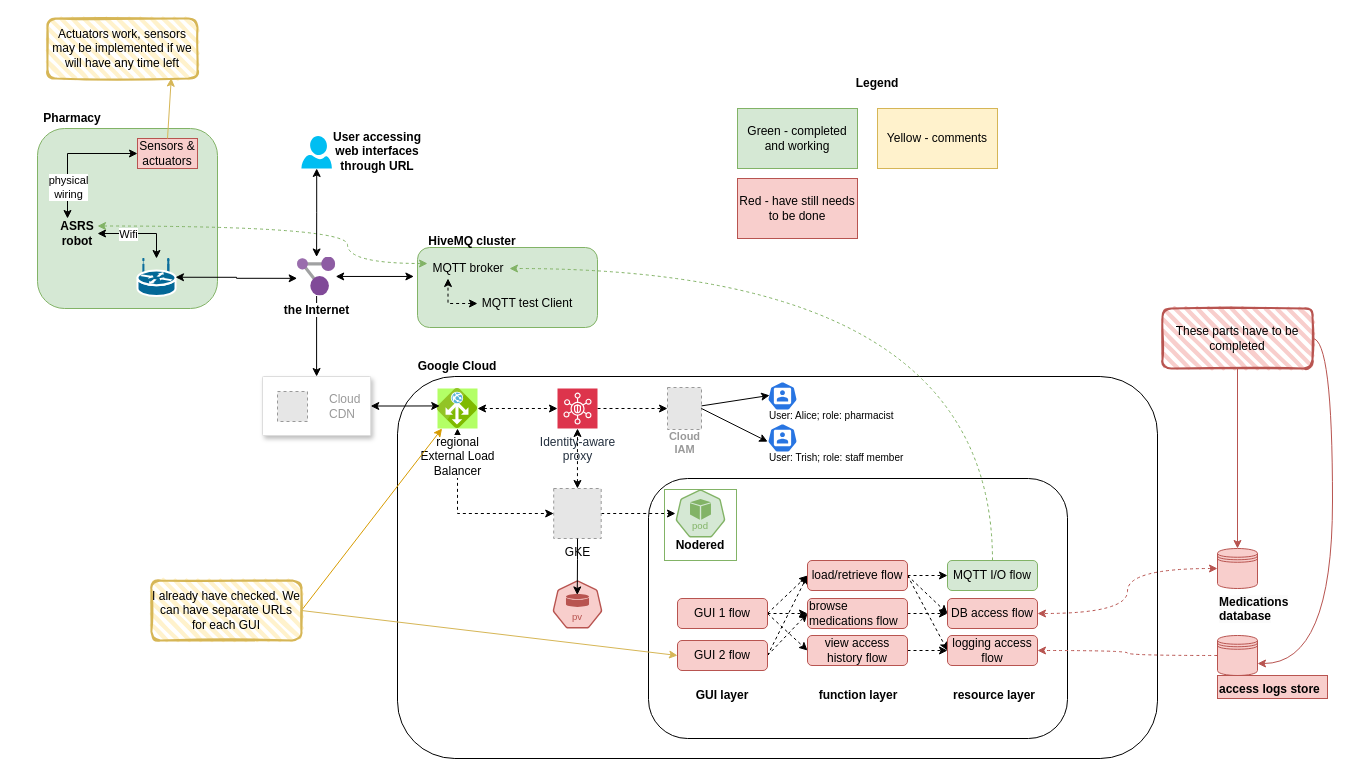
Above: planning/CC-ASRS-architecture.drawio in Artyom-kurguzkin/CC-ASRS (draw.io), before the change. Source tidied: cells renumbered, new cells numbered last; positions are measured from the earlier drawing's top-left corner, leaving out a move shared by most shapes. Both pictures are drawn from the tidied source at 100%, with x=0, y=0 at pixel (17, 18). Pictures stored in the file or linked from it are replaced by grey dashed boxes.
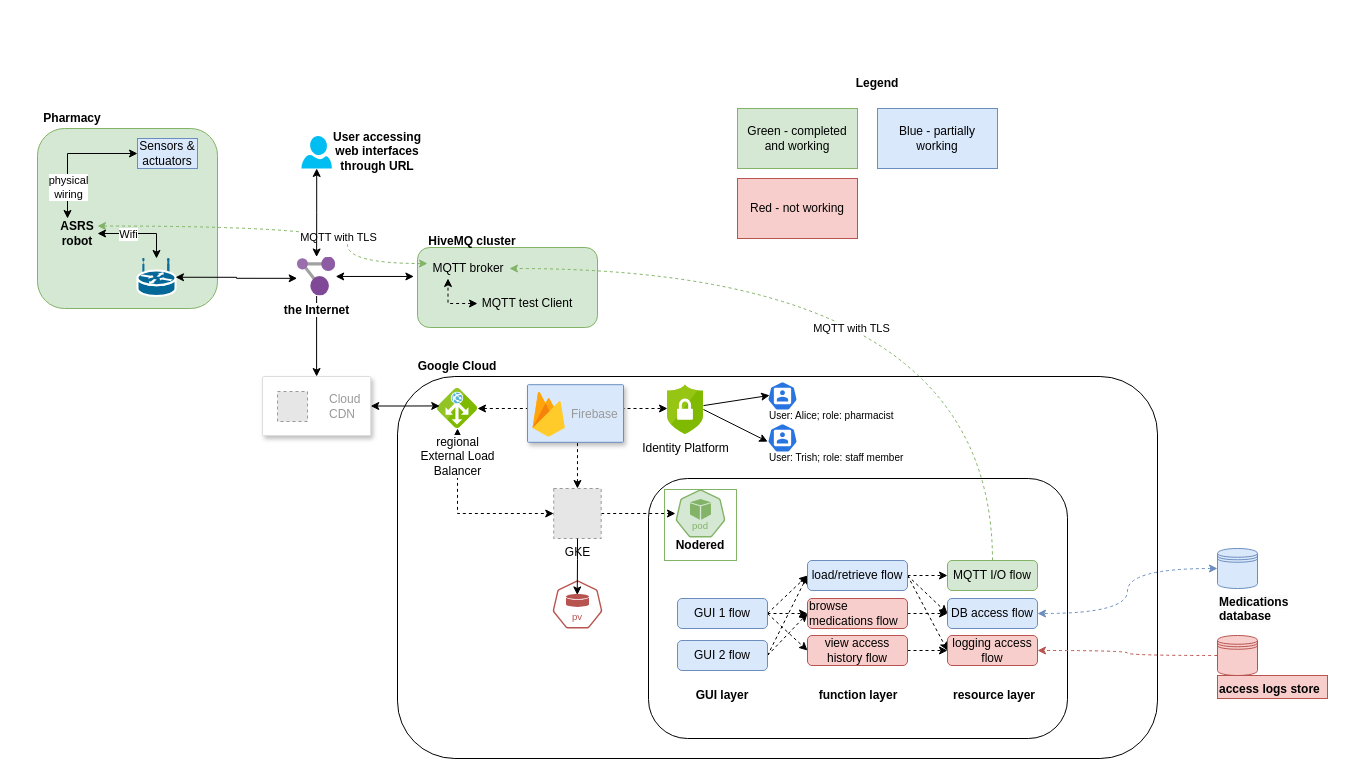
After the change.

Unchanged cells that the change refers to:
```xml
<mxCell id="10" style="edgeStyle=orthogonalEdgeStyle;rounded=0;jettySize=auto;html=1;entryX=0;entryY=0.25;entryDx=0;entryDy=0;curved=1;exitX=1;exitY=0.25;exitDx=0;exitDy=0;strokeColor=#82b366;dashed=1;startArrow=classic;startFill=1;fillColor=#d5e8d4;" parent="1" edge="1" source="11" target="19">
  <mxGeometry relative="1" as="geometry">
    <Array as="points">
      <mxPoint x="330" y="208" />
      <mxPoint x="330" y="245" />
    </Array>
  </mxGeometry>
</mxCell>
<mxCell id="34" value="GKE" style="fillColor=#E6E6E6;strokeColor=#999999;dashed=1;html=1;verticalLabelPosition=bottom;labelBackgroundColor=#ffffff;verticalAlign=top;" parent="1" vertex="1">
  <mxGeometry x="536.2" y="470" width="47.5" height="50" as="geometry" />
</mxCell>
<mxCell id="39" style="edgeStyle=orthogonalEdgeStyle;rounded=0;jettySize=auto;html=1;exitX=0.5;exitY=0;exitDx=0;exitDy=0;entryX=1;entryY=0.5;entryDx=0;entryDy=0;curved=1;strokeColor=#82b366;dashed=1;fillColor=#d5e8d4;" parent="1" edge="1" source="40" target="19">
  <mxGeometry relative="1" as="geometry" />
</mxCell>
<mxCell id="64" style="shape=datastore;whiteSpace=wrap;html=1;fillColor=#f8cecc;strokeColor=#b85450;" parent="1" vertex="1">
  <mxGeometry x="1200" y="617" width="40" height="40" as="geometry" />
</mxCell>
<mxCell id="68" style="sketch=0;html=1;dashed=0;whitespace=wrap;fillColor=#2875E2;strokeColor=#ffffff;points=[[0.005,0.63,0],[0.1,0.2,0],[0.9,0.2,0],[0.5,0,0],[0.995,0.63,0],[0.72,0.99,0],[0.5,1,0],[0.28,0.99,0]];shape=mxgraph.kubernetes.icon2;prIcon=user;" parent="1" vertex="1">
  <mxGeometry x="750" y="363" width="30" height="28.8" as="geometry" />
</mxCell>
<mxCell id="70" style="sketch=0;html=1;dashed=0;whitespace=wrap;fillColor=#2875E2;strokeColor=#ffffff;points=[[0.005,0.63,0],[0.1,0.2,0],[0.9,0.2,0],[0.5,0,0],[0.995,0.63,0],[0.72,0.99,0],[0.5,1,0],[0.28,0.99,0]];shape=mxgraph.kubernetes.icon2;prIcon=user;" parent="1" vertex="1">
  <mxGeometry x="750" y="405" width="30" height="28.8" as="geometry" />
</mxCell>
```

The edit, as a diff of the source:
```diff
@@
+    <mxCell id="91" value="MQTT with TLS" style="edgeLabel;html=1;align=center;verticalAlign=middle;" parent="10" vertex="1">
+      <mxGeometry x="0.42" y="-10" relative="1" as="geometry" />
+    </mxCell>
@@
-    <mxCell id="12" value="Sensors &amp;amp; actuators" style="text;html=1;strokeColor=#b85450;fillColor=#f8cecc;align=center;verticalAlign=middle;whiteSpace=wrap;rounded=0;" parent="1" vertex="1">
+    <mxCell id="12" value="Sensors &amp;amp; actuators" style="text;html=1;strokeColor=#6c8ebf;fillColor=#dae8fc;align=center;verticalAlign=middle;whiteSpace=wrap;rounded=0;" parent="1" vertex="1">
       <mxGeometry x="120" y="120" width="60" height="30" as="geometry" />
     </mxCell>
@@
-    <mxCell id="23" style="edgeStyle=orthogonalEdgeStyle;rounded=0;jettySize=auto;html=1;startArrow=classic;startFill=1;dashed=1;" parent="1" edge="1" source="25" target="30">
-      <mxGeometry relative="1" as="geometry" />
+    <mxCell id="23" style="edgeStyle=orthogonalEdgeStyle;rounded=0;jettySize=auto;html=1;startArrow=classic;startFill=1;dashed=1;" parent="1" edge="1" source="25">
+      <mxGeometry relative="1" as="geometry">
+        <mxPoint x="540" y="390" as="targetPoint" />
+      </mxGeometry>
     </mxCell>
@@
-    <mxCell id="25" value="regional &lt;br&gt;External Load &lt;br&gt;Balancer" style="image;sketch=0;html=1;points=[];align=center;fontSize=12;image=img/lib/mscae/Application_Gateway.svg;imageBackground=#B3FF66;" parent="1" vertex="1">
+    <mxCell id="25" value="regional &lt;br&gt;External Load &lt;br&gt;Balancer" style="image;sketch=0;html=1;points=[];align=center;fontSize=12;image=img/lib/mscae/Application_Gateway.svg;imageBackground=default;" parent="1" vertex="1">
       <mxGeometry x="420" y="370" width="40" height="40" as="geometry" />
     </mxCell>
@@
-    <mxCell id="29" style="edgeStyle=orthogonalEdgeStyle;rounded=0;jettySize=auto;html=1;exitX=1;exitY=0.5;exitDx=0;exitDy=0;exitPerimeter=0;entryX=0;entryY=0.5;entryDx=0;entryDy=0;dashed=1;" parent="1" edge="1" source="30" target="32">
-      <mxGeometry relative="1" as="geometry" />
+    <mxCell id="29" style="edgeStyle=orthogonalEdgeStyle;rounded=0;orthogonalLoop=1;jettySize=auto;html=1;exitX=1;exitY=0.5;exitDx=0;exitDy=0;exitPerimeter=0;entryX=0;entryY=0.5;entryDx=0;entryDy=0;dashed=1;" parent="1" edge="1">
+      <mxGeometry relative="1" as="geometry">
+        <mxPoint x="580" y="390" as="sourcePoint" />
+        <mxPoint x="650" y="390" as="targetPoint" />
+      </mxGeometry>
     </mxCell>
-    <mxCell id="30" value="Identity-aware &lt;br&gt;proxy" style="sketch=0;points=[[0,0,0],[0.25,0,0],[0.5,0,0],[0.75,0,0],[1,0,0],[0,1,0],[0.25,1,0],[0.5,1,0],[0.75,1,0],[1,1,0],[0,0.25,0],[0,0.5,0],[0,0.75,0],[1,0.25,0],[1,0.5,0],[1,0.75,0]];outlineConnect=0;fontColor=#232F3E;fillColor=#DD344C;strokeColor=#ffffff;dashed=0;verticalLabelPosition=bottom;verticalAlign=top;align=center;html=1;fontSize=12;fontStyle=0;shape=mxgraph.aws4.resourceIcon;resIcon=mxgraph.aws4.security_hub;" parent="1" vertex="1">
-      <mxGeometry x="540" y="370" width="40" height="40" as="geometry" />
-    </mxCell>
@@
-    <mxCell id="32" value="Cloud&#10;IAM" style="fillColor=#E6E6E6;strokeColor=#999999;dashed=1;html=1;verticalAlign=top;labelPosition=center;verticalLabelPosition=bottom;align=center;spacingTop=-6;fontSize=11;fontStyle=1;fontColor=#999999;" parent="1" vertex="1">
-      <mxGeometry x="650" y="369" width="34" height="42" as="geometry" />
-    </mxCell>
@@
-    <mxCell id="35" style="edgeStyle=orthogonalEdgeStyle;rounded=0;jettySize=auto;html=1;exitX=0.5;exitY=0;exitDx=0;exitDy=0;entryX=0.5;entryY=1;entryDx=0;entryDy=0;entryPerimeter=0;startArrow=classic;startFill=1;dashed=1;" parent="1" edge="1" source="34" target="30">
-      <mxGeometry relative="1" as="geometry" />
+    <mxCell id="35" style="edgeStyle=orthogonalEdgeStyle;rounded=0;jettySize=auto;html=1;exitX=0.5;exitY=0;exitDx=0;exitDy=0;entryX=0.5;entryY=1;entryDx=0;entryDy=0;entryPerimeter=0;startArrow=classic;startFill=1;dashed=1;" parent="1" edge="1" source="34">
+      <mxGeometry relative="1" as="geometry">
+        <mxPoint x="560" y="410" as="targetPoint" />
+      </mxGeometry>
     </mxCell>
@@
+    <mxCell id="92" value="MQTT with TLS" style="edgeLabel;html=1;align=center;verticalAlign=middle;" parent="39" vertex="1">
+      <mxGeometry x="0.12" y="59" relative="1" as="geometry" />
+    </mxCell>
@@
-    <mxCell id="44" value="GUI 1 flow" style="rounded=1;whiteSpace=wrap;html=1;fillColor=#f8cecc;strokeColor=#b85450;" parent="1" vertex="1">
+    <mxCell id="44" value="GUI 1 flow" style="rounded=1;whiteSpace=wrap;html=1;fillColor=#dae8fc;strokeColor=#6c8ebf;" parent="1" vertex="1">
       <mxGeometry x="660" y="580" width="90" height="30" as="geometry" />
     </mxCell>
@@
-    <mxCell id="47" value="GUI 2 flow" style="rounded=1;whiteSpace=wrap;html=1;fillColor=#f8cecc;strokeColor=#b85450;" parent="1" vertex="1">
+    <mxCell id="47" value="GUI 2 flow" style="rounded=1;whiteSpace=wrap;html=1;fillColor=#dae8fc;strokeColor=#6c8ebf;" parent="1" vertex="1">
       <mxGeometry x="660" y="622" width="90" height="30" as="geometry" />
     </mxCell>
-    <mxCell id="48" style="sketch=0;html=1;dashed=0;whitespace=wrap;fillColor=#f8cecc;strokeColor=#b85450;points=[[0.005,0.63,0],[0.1,0.2,0],[0.9,0.2,0],[0.5,0,0],[0.995,0.63,0],[0.72,0.99,0],[0.5,1,0],[0.28,0.99,0]];shape=mxgraph.kubernetes.icon2;kubernetesLabel=1;prIcon=pv;" parent="1" vertex="1">
+    <mxCell id="48" style="sketch=0;html=1;dashed=0;whitespace=wrap;fillColor=none;strokeColor=#b85450;points=[[0.005,0.63,0],[0.1,0.2,0],[0.9,0.2,0],[0.5,0,0],[0.995,0.63,0],[0.72,0.99,0],[0.5,1,0],[0.28,0.99,0]];shape=mxgraph.kubernetes.icon2;kubernetesLabel=1;prIcon=pv;" parent="1" vertex="1">
       <mxGeometry x="535" y="562" width="50" height="48" as="geometry" />
     </mxCell>
@@
-    <mxCell id="55" value="load/retrieve flow" style="rounded=1;whiteSpace=wrap;html=1;fillColor=#f8cecc;strokeColor=#b85450;" parent="1" vertex="1">
+    <mxCell id="55" value="load/retrieve flow" style="rounded=1;whiteSpace=wrap;html=1;fillColor=#dae8fc;strokeColor=#6c8ebf;" parent="1" vertex="1">
       <mxGeometry x="790" y="542" width="100" height="30" as="geometry" />
     </mxCell>
@@
-    <mxCell id="58" value="DB access flow" style="rounded=1;whiteSpace=wrap;html=1;fillColor=#f8cecc;strokeColor=#b85450;" parent="1" vertex="1">
+    <mxCell id="58" value="DB access flow" style="rounded=1;whiteSpace=wrap;html=1;fillColor=#dae8fc;strokeColor=#6c8ebf;" parent="1" vertex="1">
       <mxGeometry x="930" y="580" width="90" height="30" as="geometry" />
     </mxCell>
@@
-    <mxCell id="60" style="edgeStyle=orthogonalEdgeStyle;rounded=0;jettySize=auto;html=1;exitX=0;exitY=0.5;exitDx=0;exitDy=0;entryX=1;entryY=0.5;entryDx=0;entryDy=0;curved=1;startArrow=classic;startFill=1;dashed=1;fillColor=#f8cecc;strokeColor=#b85450;" parent="1" edge="1" source="61" target="58">
+    <mxCell id="60" style="edgeStyle=orthogonalEdgeStyle;rounded=0;jettySize=auto;html=1;exitX=0;exitY=0.5;exitDx=0;exitDy=0;entryX=1;entryY=0.5;entryDx=0;entryDy=0;curved=1;startArrow=classic;startFill=1;dashed=1;fillColor=#dae8fc;strokeColor=#6c8ebf;" parent="1" edge="1" source="61" target="58">
       <mxGeometry relative="1" as="geometry" />
     </mxCell>
-    <mxCell id="61" style="shape=datastore;whiteSpace=wrap;html=1;fillColor=#f8cecc;strokeColor=#b85450;" parent="1" vertex="1">
+    <mxCell id="61" style="shape=datastore;whiteSpace=wrap;html=1;fillColor=#dae8fc;strokeColor=#6c8ebf;" parent="1" vertex="1">
       <mxGeometry x="1200" y="530" width="40" height="40" as="geometry" />
     </mxCell>
@@
-    <mxCell id="72" style="rounded=0;jettySize=auto;html=1;entryX=0.07;entryY=0.482;entryDx=0;entryDy=0;entryPerimeter=0;" parent="1" edge="1" source="32" target="68">
-      <mxGeometry relative="1" as="geometry" />
+    <mxCell id="72" style="rounded=0;jettySize=auto;html=1;entryX=0.07;entryY=0.482;entryDx=0;entryDy=0;entryPerimeter=0;" parent="1" edge="1" target="68">
+      <mxGeometry relative="1" as="geometry">
+        <mxPoint x="684" y="387.4" as="sourcePoint" />
+      </mxGeometry>
     </mxCell>
-    <mxCell id="73" style="rounded=0;jettySize=auto;html=1;exitX=1;exitY=0.5;exitDx=0;exitDy=0;entryX=0.005;entryY=0.63;entryDx=0;entryDy=0;entryPerimeter=0;" parent="1" edge="1" source="32" target="70">
-      <mxGeometry relative="1" as="geometry" />
+    <mxCell id="73" style="rounded=0;jettySize=auto;html=1;exitX=1;exitY=0.5;exitDx=0;exitDy=0;entryX=0.005;entryY=0.63;entryDx=0;entryDy=0;entryPerimeter=0;" parent="1" edge="1" target="70">
+      <mxGeometry relative="1" as="geometry">
+        <mxPoint x="684" y="390" as="sourcePoint" />
+      </mxGeometry>
     </mxCell>
-    <mxCell id="74" value="Actuators work, sensors may be implemented if we will have any time left" style="rounded=1;whiteSpace=wrap;html=1;strokeWidth=2;fillWeight=4;hachureGap=8;hachureAngle=45;fillColor=#fff2cc;sketch=1;strokeColor=#d6b656;" parent="1" vertex="1">
-      <mxGeometry x="30" width="150" height="60" as="geometry" />
-    </mxCell>
-    <mxCell id="75" style="rounded=0;jettySize=auto;html=1;exitX=0.5;exitY=0;exitDx=0;exitDy=0;entryX=0.825;entryY=0.994;entryDx=0;entryDy=0;entryPerimeter=0;fillColor=#fff2cc;strokeColor=#d6b656;" parent="1" edge="1" source="12" target="74">
-      <mxGeometry relative="1" as="geometry" />
-    </mxCell>
@@
-    <mxCell id="77" style="rounded=0;jettySize=auto;html=1;exitX=1;exitY=0.5;exitDx=0;exitDy=0;entryX=0;entryY=0.5;entryDx=0;entryDy=0;fillColor=#fff2cc;strokeColor=#d6b656;" parent="1" edge="1" source="79" target="47">
-      <mxGeometry relative="1" as="geometry" />
-    </mxCell>
-    <mxCell id="78" style="rounded=0;jettySize=auto;html=1;exitX=1;exitY=0.5;exitDx=0;exitDy=0;fillColor=#ffe6cc;strokeColor=#d79b00;" parent="1" edge="1" source="79" target="25">
-      <mxGeometry relative="1" as="geometry" />
-    </mxCell>
-    <mxCell id="79" value="I already have checked. We can have separate URLs for each GUI" style="rounded=1;whiteSpace=wrap;html=1;strokeWidth=2;fillWeight=4;hachureGap=8;hachureAngle=45;fillColor=#fff2cc;sketch=1;strokeColor=#d6b656;" parent="1" vertex="1">
-      <mxGeometry x="133.9" y="562" width="150" height="60" as="geometry" />
-    </mxCell>
@@
-    <mxCell id="81" style="edgeStyle=orthogonalEdgeStyle;rounded=0;jettySize=auto;html=1;fillColor=#f8cecc;strokeColor=#b85450;" parent="1" edge="1" source="83" target="61">
-      <mxGeometry relative="1" as="geometry" />
-    </mxCell>
-    <mxCell id="82" style="edgeStyle=orthogonalEdgeStyle;rounded=0;jettySize=auto;html=1;exitX=1;exitY=0.5;exitDx=0;exitDy=0;entryX=1;entryY=0.7;entryDx=0;entryDy=0;curved=1;fillColor=#f8cecc;strokeColor=#b85450;" parent="1" edge="1" source="83" target="64">
-      <mxGeometry relative="1" as="geometry" />
-    </mxCell>
-    <mxCell id="83" value="These parts have to be completed" style="rounded=1;whiteSpace=wrap;html=1;strokeWidth=2;fillWeight=4;hachureGap=8;hachureAngle=45;fillColor=#f8cecc;sketch=1;strokeColor=#b85450;" parent="1" vertex="1">
-      <mxGeometry x="1145" y="290" width="150" height="60" as="geometry" />
-    </mxCell>
@@
-    <mxCell id="85" value="Red - have still needs to be done" style="whiteSpace=wrap;html=1;fillColor=#f8cecc;strokeColor=#b85450;" parent="1" vertex="1">
+    <mxCell id="85" value="Red - not working" style="whiteSpace=wrap;html=1;fillColor=#f8cecc;strokeColor=#b85450;" parent="1" vertex="1">
       <mxGeometry x="720" y="160" width="120" height="60" as="geometry" />
     </mxCell>
-    <mxCell id="86" value="Yellow - comments" style="whiteSpace=wrap;html=1;fillColor=#fff2cc;strokeColor=#d6b656;" parent="1" vertex="1">
+    <mxCell id="86" value="Blue - partially working" style="whiteSpace=wrap;html=1;fillColor=#dae8fc;strokeColor=#6c8ebf;" parent="1" vertex="1">
       <mxGeometry x="860" y="90" width="120" height="60" as="geometry" />
     </mxCell>
@@
+    <mxCell id="93" style="strokeColor=#6c8ebf;shadow=1;strokeWidth=1;rounded=1;absoluteArcSize=1;arcSize=2;fillColor=#dae8fc;" parent="1" vertex="1">
+      <mxGeometry x="510" y="366.2" width="96" height="57.6" as="geometry" />
+    </mxCell>
+    <mxCell id="94" value="Firebase" style="sketch=0;dashed=0;html=1;fillColor=#5184F3;strokeColor=none;shape=mxgraph.gcp2.firebase;labelPosition=right;verticalLabelPosition=middle;align=left;verticalAlign=middle;spacingLeft=5;fontColor=#999999;fontSize=12;" parent="93" vertex="1">
+      <mxGeometry width="32.4" height="45" relative="1" as="geometry">
+        <mxPoint x="5" y="7" as="offset" />
+      </mxGeometry>
+    </mxCell>
+    <mxCell id="95" value="Identity Platform" style="image;sketch=0;html=1;align=center;fontSize=12;image=img/lib/mscae/Security_Center.svg;imageBackground=default;" parent="1" vertex="1">
+      <mxGeometry x="650" y="366.2" width="36" height="50" as="geometry" />
+    </mxCell>
```
